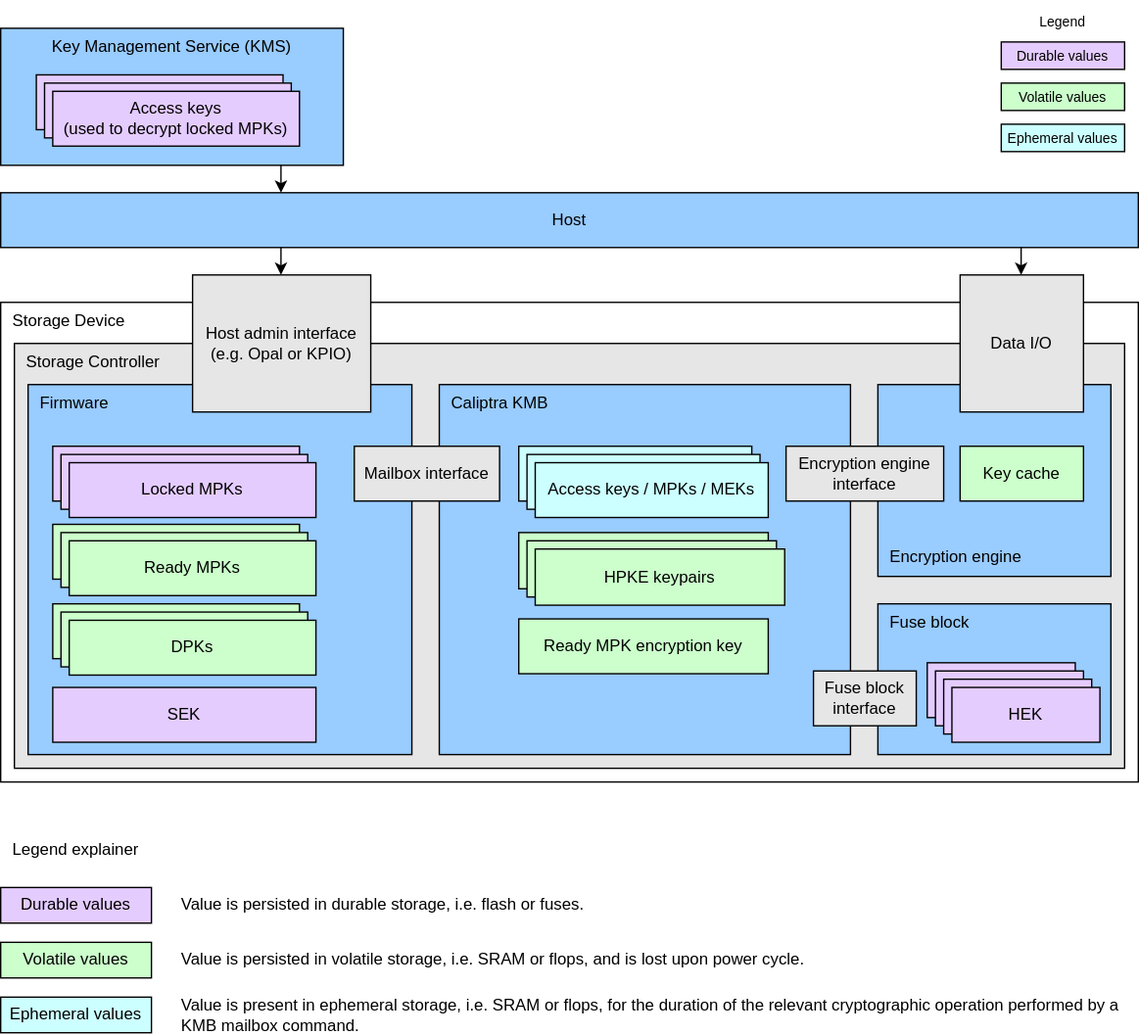
Earlier version of the draw.io export doc/ocp_lock/diagrams/architecture_diagram.drawio.svg (chipsalliance/Caliptra). Source tidied: cells renumbered, new cells last; positions are measured from the earlier drawing's top-left corner, leaving out a move shared by most shapes.
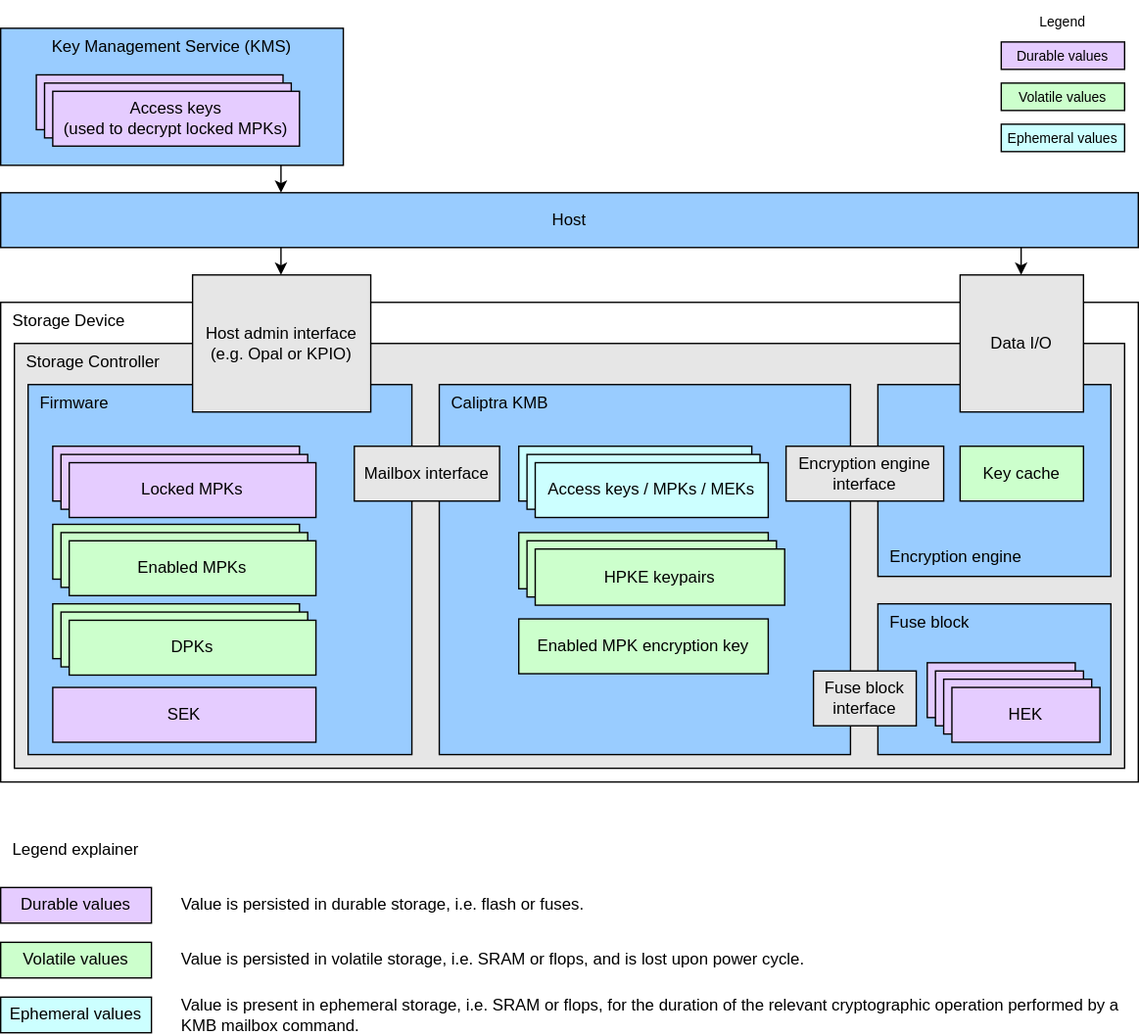
The same file after the commit.

Commit message:
Rename "Ready MPK" to "Enabled MPK".

Change to the diagram source:
```diff
@@ -56,10 +56,10 @@
     <mxCell id="19" value="Locked MPKs" style="rounded=0;whiteSpace=wrap;html=1;align=center;verticalAlign=middle;shadow=0;glass=0;spacingLeft=0;spacingBottom=0;spacingTop=0;fillColor=#E5CCFF;" parent="1" vertex="1">
       <mxGeometry x="50" y="337" width="180" height="40" as="geometry" />
     </mxCell>
-    <mxCell id="20" value="Ready MPKs" style="rounded=0;whiteSpace=wrap;html=1;align=center;verticalAlign=middle;shadow=0;glass=0;spacingLeft=0;spacingBottom=0;spacingTop=0;fillColor=#CCFFCC;" parent="1" vertex="1">
+    <mxCell id="20" value="Enabled MPKs" style="rounded=0;whiteSpace=wrap;html=1;align=center;verticalAlign=middle;shadow=0;glass=0;spacingLeft=0;spacingBottom=0;spacingTop=0;fillColor=#CCFFCC;" parent="1" vertex="1">
       <mxGeometry x="50" y="394" width="180" height="40" as="geometry" />
     </mxCell>
-    <mxCell id="21" value="Ready MPK encryption key" style="rounded=0;whiteSpace=wrap;html=1;align=center;verticalAlign=middle;shadow=0;glass=0;spacingLeft=0;spacingBottom=0;spacingTop=0;fillColor=#CCFFCC;" parent="1" vertex="1">
+    <mxCell id="21" value="Enabled MPK encryption key" style="rounded=0;whiteSpace=wrap;html=1;align=center;verticalAlign=middle;shadow=0;glass=0;spacingLeft=0;spacingBottom=0;spacingTop=0;fillColor=#CCFFCC;" parent="1" vertex="1">
       <mxGeometry x="378" y="451" width="182" height="40" as="geometry" />
     </mxCell>
     <mxCell id="22" style="endArrow=classic;html=1;" parent="1" edge="1">
```
